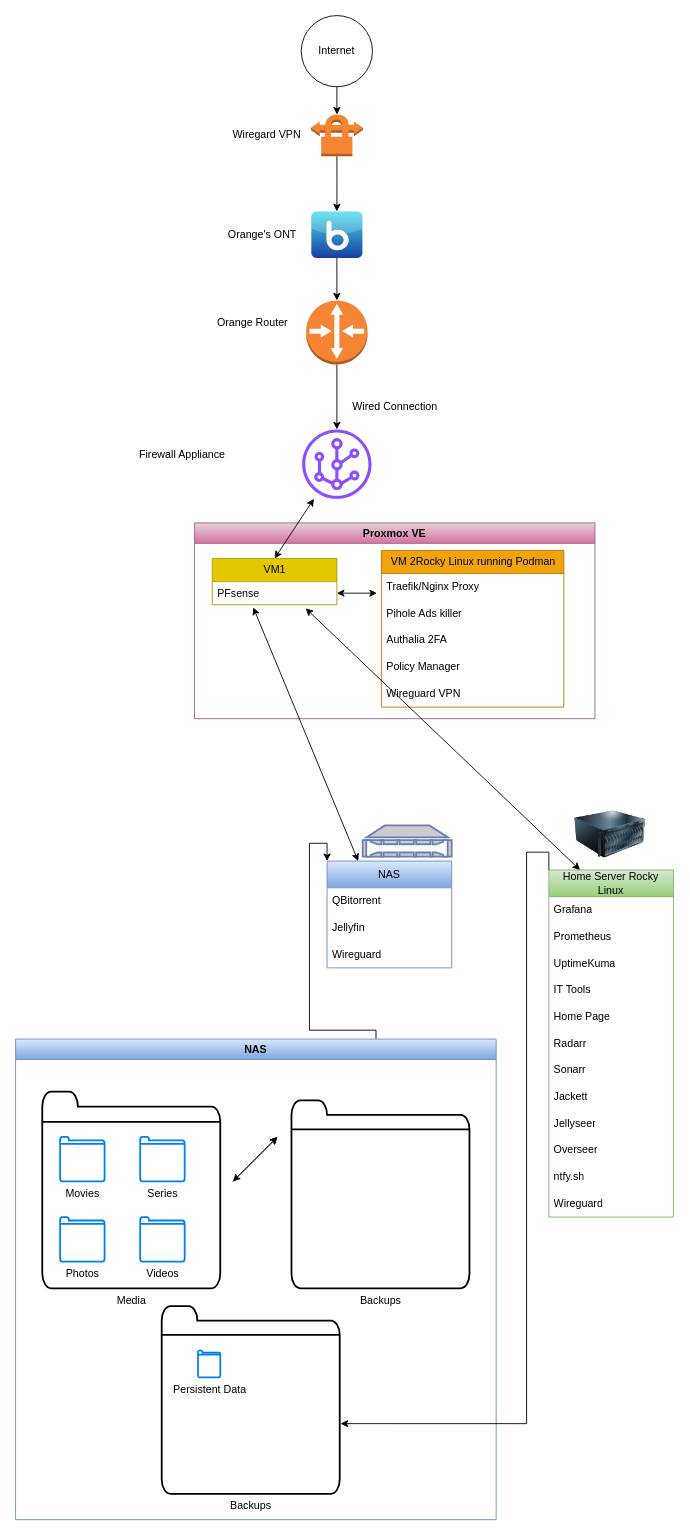
cralonsobcn/Server keeps this draw.io diagram as Home Server diagram.drawio. Above is the earlier version. Source tidied: cells renumbered, new cells numbered last; positions are measured from the earlier drawing's top-left corner, leaving out a move shared by most shapes. Both pictures are drawn from the tidied source at 89%, with x=0, y=0 at pixel (15, 15).
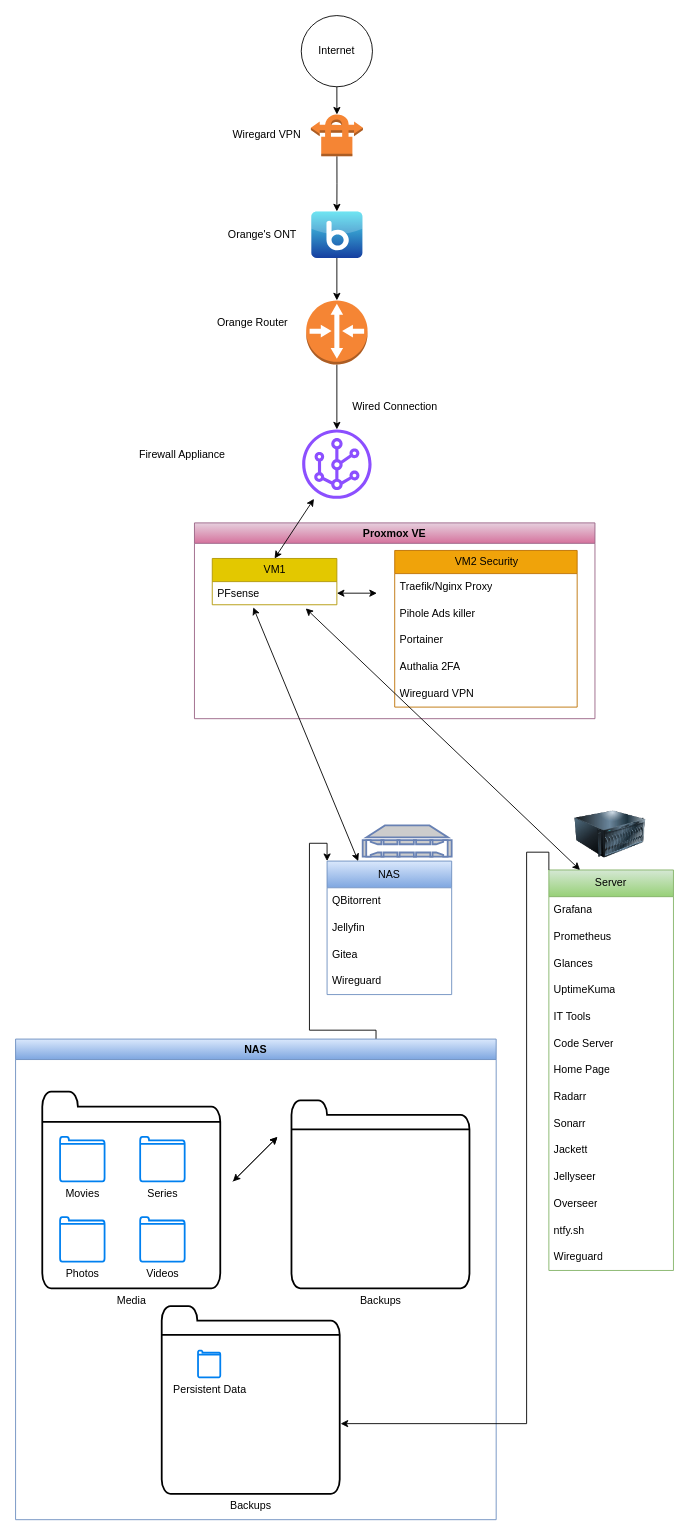
Above is the later version.

Unchanged cells that the change refers to:
```xml
<mxCell id="30" value="Proxmox VE" style="swimlane;startSize=23;fillColor=#e6d0de;strokeColor=#996185;gradientColor=#d5739d;" parent="1" vertex="1">
  <mxGeometry x="201" y="570" width="450" height="220" as="geometry" />
</mxCell>
```

Diff of the diagram source:
```diff
@@
     <mxCell id="2" value="NAS" style="swimlane;fontStyle=0;horizontal=1;startSize=30;whiteSpace=wrap;html=1;fillColor=#dae8fc;strokeColor=#6c8ebf;swimlaneFillColor=default;arcSize=15;direction=east;gradientColor=#7ea6e0;" parent="1" vertex="1">
-      <mxGeometry x="350" y="950" width="140" height="120" as="geometry" />
+      <mxGeometry x="350" y="950" width="140" height="150" as="geometry" />
     </mxCell>
@@
+    <mxCell id="61" value="Gitea" style="text;strokeColor=none;fillColor=none;align=left;verticalAlign=middle;spacingLeft=4;spacingRight=4;overflow=hidden;whiteSpace=wrap;html=1;" parent="2" vertex="1">
+      <mxGeometry y="90" width="140" height="30" as="geometry" />
+    </mxCell>
     <mxCell id="5" value="Wireguard" style="text;strokeColor=none;fillColor=none;align=left;verticalAlign=middle;spacingLeft=4;spacingRight=4;overflow=hidden;whiteSpace=wrap;html=1;" parent="2" vertex="1">
-      <mxGeometry y="90" width="140" height="30" as="geometry" />
+      <mxGeometry y="120" width="140" height="30" as="geometry" />
     </mxCell>
-    <mxCell id="6" value="Home Server Rocky Linux" style="swimlane;fontStyle=0;horizontal=1;startSize=30;whiteSpace=wrap;html=1;fillColor=#d5e8d4;strokeColor=#82b366;gradientColor=#97d077;" parent="1" vertex="1">
-      <mxGeometry x="599.2" y="960" width="140" height="390" as="geometry" />
+    <mxCell id="6" value="Server" style="swimlane;fontStyle=0;horizontal=1;startSize=30;whiteSpace=wrap;html=1;fillColor=#d5e8d4;strokeColor=#82b366;gradientColor=#97d077;" parent="1" vertex="1">
+      <mxGeometry x="599.2" y="960" width="140" height="450" as="geometry" />
     </mxCell>
@@
+    <mxCell id="62" value="Glances" style="text;strokeColor=none;fillColor=none;align=left;verticalAlign=middle;spacingLeft=4;spacingRight=4;overflow=hidden;whiteSpace=wrap;html=1;" parent="6" vertex="1">
+      <mxGeometry y="90" width="140" height="30" as="geometry" />
+    </mxCell>
     <mxCell id="9" value="UptimeKuma" style="text;strokeColor=none;fillColor=none;align=left;verticalAlign=middle;spacingLeft=4;spacingRight=4;overflow=hidden;whiteSpace=wrap;html=1;" parent="6" vertex="1">
-      <mxGeometry y="90" width="140" height="30" as="geometry" />
+      <mxGeometry y="120" width="140" height="30" as="geometry" />
     </mxCell>
     <mxCell id="10" value="IT Tools" style="text;strokeColor=none;fillColor=none;align=left;verticalAlign=middle;spacingLeft=4;spacingRight=4;overflow=hidden;whiteSpace=wrap;html=1;" parent="6" vertex="1">
-      <mxGeometry y="120" width="140" height="30" as="geometry" />
+      <mxGeometry y="150" width="140" height="30" as="geometry" />
     </mxCell>
+    <mxCell id="63" value="Code Server" style="text;strokeColor=none;fillColor=none;align=left;verticalAlign=middle;spacingLeft=4;spacingRight=4;overflow=hidden;whiteSpace=wrap;html=1;" parent="6" vertex="1">
+      <mxGeometry y="180" width="140" height="30" as="geometry" />
+    </mxCell>
     <mxCell id="11" value="Home Page" style="text;strokeColor=none;fillColor=none;align=left;verticalAlign=middle;spacingLeft=4;spacingRight=4;overflow=hidden;whiteSpace=wrap;html=1;" parent="6" vertex="1">
-      <mxGeometry y="150" width="140" height="30" as="geometry" />
+      <mxGeometry y="210" width="140" height="30" as="geometry" />
     </mxCell>
     <mxCell id="12" value="Radarr" style="text;strokeColor=none;fillColor=none;align=left;verticalAlign=middle;spacingLeft=4;spacingRight=4;overflow=hidden;whiteSpace=wrap;html=1;" parent="6" vertex="1">
-      <mxGeometry y="180" width="140" height="30" as="geometry" />
+      <mxGeometry y="240" width="140" height="30" as="geometry" />
     </mxCell>
     <mxCell id="13" value="Sonarr" style="text;strokeColor=none;fillColor=none;align=left;verticalAlign=middle;spacingLeft=4;spacingRight=4;overflow=hidden;whiteSpace=wrap;html=1;" parent="6" vertex="1">
-      <mxGeometry y="210" width="140" height="30" as="geometry" />
+      <mxGeometry y="270" width="140" height="30" as="geometry" />
     </mxCell>
     <mxCell id="14" value="Jackett" style="text;strokeColor=none;fillColor=none;align=left;verticalAlign=middle;spacingLeft=4;spacingRight=4;overflow=hidden;whiteSpace=wrap;html=1;" parent="6" vertex="1">
-      <mxGeometry y="240" width="140" height="30" as="geometry" />
+      <mxGeometry y="300" width="140" height="30" as="geometry" />
     </mxCell>
     <mxCell id="15" value="Jellyseer" style="text;strokeColor=none;fillColor=none;align=left;verticalAlign=middle;spacingLeft=4;spacingRight=4;overflow=hidden;whiteSpace=wrap;html=1;" parent="6" vertex="1">
-      <mxGeometry y="270" width="140" height="30" as="geometry" />
+      <mxGeometry y="330" width="140" height="30" as="geometry" />
     </mxCell>
     <mxCell id="16" value="Overseer" style="text;strokeColor=none;fillColor=none;align=left;verticalAlign=middle;spacingLeft=4;spacingRight=4;overflow=hidden;whiteSpace=wrap;html=1;" parent="6" vertex="1">
-      <mxGeometry y="300" width="140" height="30" as="geometry" />
+      <mxGeometry y="360" width="140" height="30" as="geometry" />
     </mxCell>
     <mxCell id="17" value="ntfy.sh" style="text;strokeColor=none;fillColor=none;align=left;verticalAlign=middle;spacingLeft=4;spacingRight=4;overflow=hidden;whiteSpace=wrap;html=1;" parent="6" vertex="1">
-      <mxGeometry y="330" width="140" height="30" as="geometry" />
+      <mxGeometry y="390" width="140" height="30" as="geometry" />
     </mxCell>
     <mxCell id="18" value="Wireguard" style="text;strokeColor=none;fillColor=none;align=left;verticalAlign=middle;spacingLeft=4;spacingRight=4;overflow=hidden;whiteSpace=wrap;html=1;" parent="6" vertex="1">
-      <mxGeometry y="360" width="140" height="30" as="geometry" />
+      <mxGeometry y="420" width="140" height="30" as="geometry" />
     </mxCell>
@@
-    <mxCell id="33" value="VM 2Rocky Linux running Podman" style="swimlane;fontStyle=0;horizontal=1;startSize=26;fillColor=#f0a30a;html=1;fontColor=#000000;strokeColor=#BD7000;" parent="30" vertex="1">
-      <mxGeometry x="210" y="31" width="205" height="176" as="geometry" />
+    <mxCell id="33" value="VM2 Security" style="swimlane;fontStyle=0;horizontal=1;startSize=26;fillColor=#f0a30a;html=1;fontColor=#000000;strokeColor=#BD7000;" parent="30" vertex="1">
+      <mxGeometry x="225" y="31" width="205" height="176" as="geometry" />
     </mxCell>
@@
+    <mxCell id="64" value="Portainer" style="text;strokeColor=none;fillColor=none;align=left;verticalAlign=middle;spacingLeft=4;spacingRight=4;overflow=hidden;whiteSpace=wrap;html=1;" parent="33" vertex="1">
+      <mxGeometry y="86" width="205" height="30" as="geometry" />
+    </mxCell>
     <mxCell id="36" value="Authalia 2FA" style="text;strokeColor=none;fillColor=none;align=left;verticalAlign=middle;spacingLeft=4;spacingRight=4;overflow=hidden;whiteSpace=wrap;html=1;" parent="33" vertex="1">
-      <mxGeometry y="86" width="205" height="30" as="geometry" />
+      <mxGeometry y="116" width="205" height="30" as="geometry" />
     </mxCell>
-    <mxCell id="37" value="Policy Manager" style="text;strokeColor=none;fillColor=none;align=left;verticalAlign=middle;spacingLeft=4;spacingRight=4;overflow=hidden;whiteSpace=wrap;html=1;" parent="33" vertex="1">
-      <mxGeometry y="116" width="205" height="30" as="geometry" />
-    </mxCell>
```
